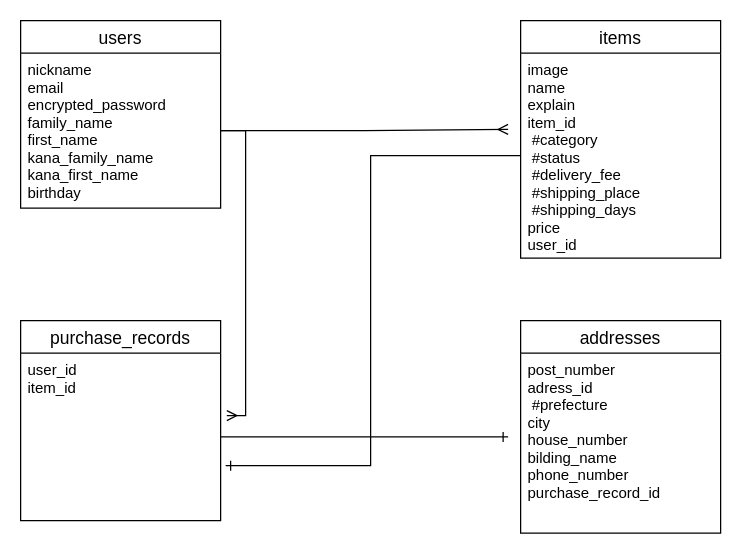
This is ER.dio from tasuke-61/furima-28661, a draw.io file, before an edit. Source tidied: cells renumbered, new cells numbered last; positions are measured from the earlier drawing's top-left corner, leaving out a move shared by most shapes. Both pictures are drawn from the tidied source at 125%, with x=0, y=0 at pixel (20, 20).
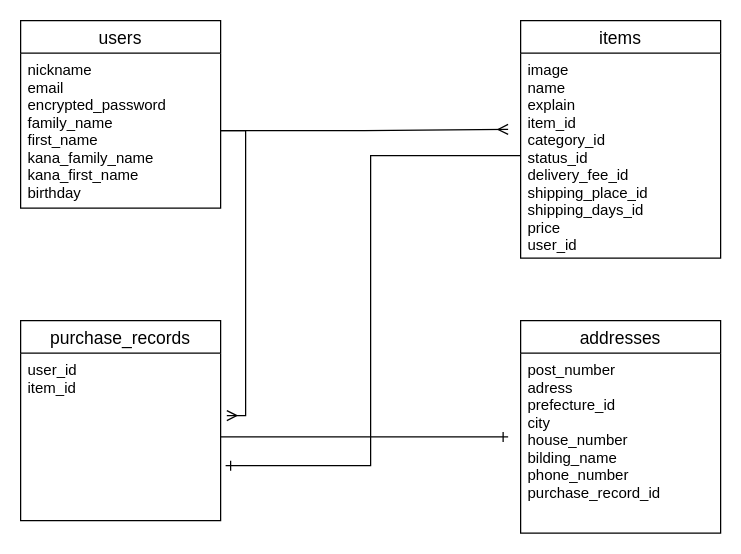
The same diagram, later.

Commit message (it also covers changes not shown here):
データベース設計5

The edit, as a diff of the source:
```diff
@@
 <mxGraphModel>
   <root>
     <mxCell id="0" />
     <mxCell id="1" parent="0" />
     <mxCell id="2" value="users" style="swimlane;fontStyle=0;horizontal=1;startSize=26;align=center;fontSize=14;" parent="1" vertex="1">
       <mxGeometry width="160" height="150" as="geometry" />
     </mxCell>
     <mxCell id="3" value="nickname&#10;email&#10;encrypted_password&#10;family_name&#10;first_name&#10;kana_family_name&#10;kana_first_name&#10;birthday&#10;" style="text;strokeColor=none;fillColor=none;spacingLeft=4;spacingRight=4;overflow=hidden;points=[[0,0.5],[1,0.5]];portConstraint=eastwest;fontSize=12;" parent="2" vertex="1">
       <mxGeometry y="26" width="160" height="124" as="geometry" />
     </mxCell>
     <mxCell id="4" value="items" style="swimlane;fontStyle=0;horizontal=1;startSize=26;align=center;fontSize=14;" parent="1" vertex="1">
       <mxGeometry x="400" width="160" height="190" as="geometry" />
     </mxCell>
-    <mxCell id="5" value="image&#10;name&#10;explain&#10;item_id&#10; #category&#10; #status&#10; #delivery_fee&#10; #shipping_place&#10; #shipping_days&#10;price&#10;user_id&#10;" style="text;strokeColor=none;fillColor=none;spacingLeft=4;spacingRight=4;overflow=hidden;points=[[0,0.5],[1,0.5]];portConstraint=eastwest;fontSize=12;" parent="4" vertex="1">
+    <mxCell id="5" value="image&#10;name&#10;explain&#10;item_id&#10;category_id&#10;status_id&#10;delivery_fee_id&#10;shipping_place_id&#10;shipping_days_id&#10;price&#10;user_id&#10;" style="text;strokeColor=none;fillColor=none;spacingLeft=4;spacingRight=4;overflow=hidden;points=[[0,0.5],[1,0.5]];portConstraint=eastwest;fontSize=12;" parent="4" vertex="1">
       <mxGeometry y="26" width="160" height="164" as="geometry" />
     </mxCell>
     <mxCell id="6" value="purchase_records" style="swimlane;fontStyle=0;horizontal=1;startSize=26;align=center;fontSize=14;" parent="1" vertex="1">
       <mxGeometry y="240" width="160" height="160" as="geometry" />
     </mxCell>
     <mxCell id="7" value="addresses" style="swimlane;fontStyle=0;horizontal=1;startSize=26;align=center;fontSize=14;" parent="1" vertex="1">
       <mxGeometry x="400" y="240" width="160" height="170" as="geometry" />
     </mxCell>
-    <mxCell id="8" value="post_number&#10;adress_id&#10; #prefecture&#10;city&#10;house_number&#10;bilding_name&#10;phone_number&#10;purchase_record_id" style="text;strokeColor=none;fillColor=none;spacingLeft=4;spacingRight=4;overflow=hidden;fontSize=12;" parent="7" vertex="1">
+    <mxCell id="8" value="post_number&#10;adress&#10;prefecture_id&#10;city&#10;house_number&#10;bilding_name&#10;phone_number&#10;purchase_record_id" style="text;strokeColor=none;fillColor=none;spacingLeft=4;spacingRight=4;overflow=hidden;fontSize=12;" parent="7" vertex="1">
       <mxGeometry y="26" width="160" height="144" as="geometry" />
     </mxCell>
     <mxCell id="9" style="edgeStyle=orthogonalEdgeStyle;rounded=0;jettySize=auto;html=1;exitX=1;exitY=0.5;exitDx=0;exitDy=0;endArrow=ERone;endFill=0;" parent="1" edge="1" source="10">
       <mxGeometry relative="1" as="geometry">
         <mxPoint x="390" y="333" as="targetPoint" />
       </mxGeometry>
     </mxCell>
     <mxCell id="10" value="user_id&#10;item_id" style="text;strokeColor=none;fillColor=none;spacingLeft=4;spacingRight=4;overflow=hidden;points=[[0,0.5],[1,0.5]];portConstraint=eastwest;fontSize=12;" parent="1" vertex="1">
       <mxGeometry y="266" width="160" height="134" as="geometry" />
     </mxCell>
     <mxCell id="11" style="edgeStyle=orthogonalEdgeStyle;rounded=0;jettySize=auto;html=1;exitX=1;exitY=0.5;exitDx=0;exitDy=0;entryX=1.031;entryY=0.373;entryDx=0;entryDy=0;entryPerimeter=0;endArrow=ERmany;endFill=0;" parent="1" edge="1" source="3" target="10">
       <mxGeometry relative="1" as="geometry" />
     </mxCell>
     <mxCell id="12" style="edgeStyle=orthogonalEdgeStyle;rounded=0;jettySize=auto;html=1;exitX=1;exitY=0.5;exitDx=0;exitDy=0;endArrow=ERmany;endFill=0;" parent="1" edge="1" source="3">
       <mxGeometry relative="1" as="geometry">
         <mxPoint x="390" y="87" as="targetPoint" />
       </mxGeometry>
     </mxCell>
     <mxCell id="13" style="edgeStyle=orthogonalEdgeStyle;rounded=0;jettySize=auto;html=1;exitX=0;exitY=0.5;exitDx=0;exitDy=0;entryX=1.025;entryY=0.672;entryDx=0;entryDy=0;entryPerimeter=0;endArrow=ERone;endFill=0;" parent="1" edge="1" source="5" target="10">
       <mxGeometry relative="1" as="geometry" />
     </mxCell>
   </root>
 </mxGraphModel>
```
